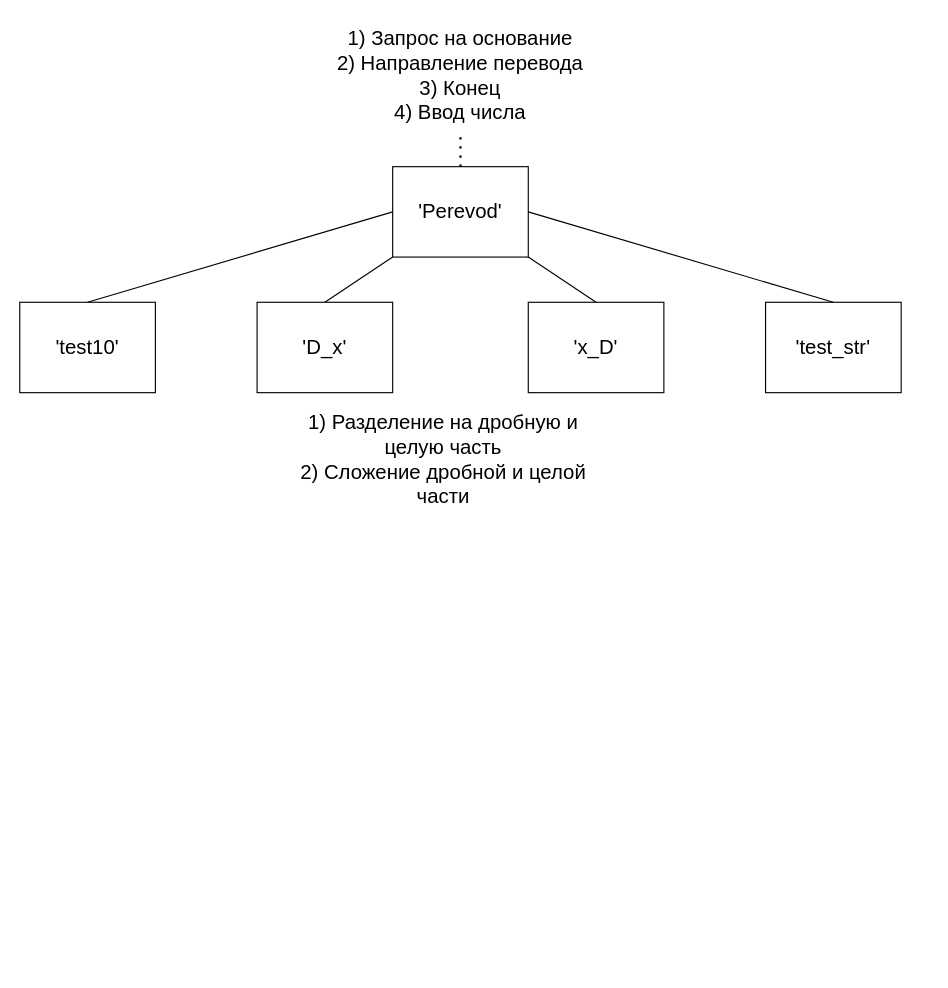
This is Untitled Diagram.drawio from Bunchenko/diagrams, a draw.io file, before an edit. Source tidied: cells renumbered, new cells numbered last; positions are measured from the earlier drawing's top-left corner, leaving out a move shared by most shapes. Both pictures are drawn from the tidied source at 113%, with x=0, y=0 at pixel (19, 19).
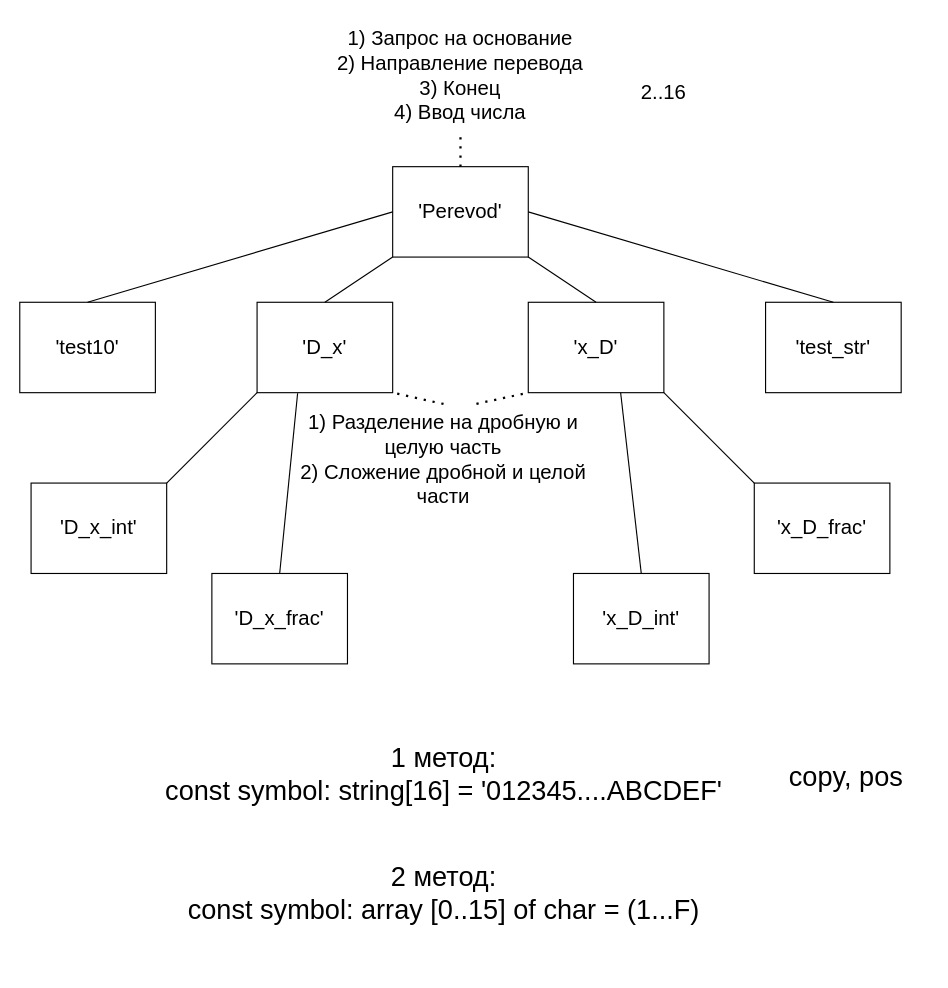
Above is the later version.

The change refers to these unchanged cells:
```xml
<mxCell id="4" style="rounded=0;whiteSpace=wrap;html=1;" parent="1" vertex="1">
  <mxGeometry x="210" y="250" width="120" height="80" as="geometry" />
</mxCell>
<mxCell id="6" style="rounded=0;whiteSpace=wrap;html=1;" parent="1" vertex="1">
  <mxGeometry x="450" y="250" width="120" height="80" as="geometry" />
</mxCell>
<mxCell id="13" value="1) Разделение на дробную и целую часть&lt;br&gt;2) Сложение дробной и целой части" style="text;html=1;strokeColor=none;fillColor=none;align=center;verticalAlign=middle;whiteSpace=wrap;rounded=0;fontSize=18;" parent="1" vertex="1">
  <mxGeometry x="245" y="340" width="260" height="100" as="geometry" />
</mxCell>
```

What changed in the source:
```diff
@@
+    <mxCell id="19" style="rounded=0;whiteSpace=wrap;html=1;" parent="1" vertex="1">
+      <mxGeometry x="10" y="410" width="120" height="80" as="geometry" />
+    </mxCell>
+    <mxCell id="20" value="&lt;font style=&quot;font-size: 18px&quot;&gt;'D_x_int'&lt;/font&gt;" style="text;html=1;strokeColor=none;fillColor=none;align=center;verticalAlign=middle;whiteSpace=wrap;rounded=0;" parent="1" vertex="1">
+      <mxGeometry x="35" y="427.5" width="70" height="45" as="geometry" />
+    </mxCell>
+    <mxCell id="21" style="rounded=0;whiteSpace=wrap;html=1;" parent="1" vertex="1">
+      <mxGeometry x="170" y="490" width="120" height="80" as="geometry" />
+    </mxCell>
+    <mxCell id="22" value="&lt;font style=&quot;font-size: 18px&quot;&gt;'D_x_frac'&lt;/font&gt;" style="text;html=1;strokeColor=none;fillColor=none;align=center;verticalAlign=middle;whiteSpace=wrap;rounded=0;" parent="1" vertex="1">
+      <mxGeometry x="195" y="507.5" width="70" height="45" as="geometry" />
+    </mxCell>
+    <mxCell id="23" style="endArrow=none;html=1;rounded=0;fontSize=18;entryX=0;entryY=1;entryDx=0;entryDy=0;exitX=1;exitY=0;exitDx=0;exitDy=0;" parent="1" edge="1" source="19" target="4">
+      <mxGeometry relative="1" as="geometry" />
+    </mxCell>
+    <mxCell id="24" style="endArrow=none;html=1;rounded=0;fontSize=18;entryX=0.299;entryY=1.006;entryDx=0;entryDy=0;entryPerimeter=0;exitX=0.5;exitY=0;exitDx=0;exitDy=0;" parent="1" edge="1" source="21" target="4">
+      <mxGeometry relative="1" as="geometry" />
+    </mxCell>
+    <mxCell id="25" style="rounded=0;whiteSpace=wrap;html=1;" parent="1" vertex="1">
+      <mxGeometry x="490" y="490" width="120" height="80" as="geometry" />
+    </mxCell>
+    <mxCell id="26" value="&lt;font style=&quot;font-size: 18px&quot;&gt;'x_D_int'&lt;/font&gt;" style="text;html=1;strokeColor=none;fillColor=none;align=center;verticalAlign=middle;whiteSpace=wrap;rounded=0;" parent="1" vertex="1">
+      <mxGeometry x="515" y="507.5" width="70" height="45" as="geometry" />
+    </mxCell>
+    <mxCell id="27" style="rounded=0;whiteSpace=wrap;html=1;" parent="1" vertex="1">
+      <mxGeometry x="650" y="410" width="120" height="80" as="geometry" />
+    </mxCell>
+    <mxCell id="28" value="&lt;font style=&quot;font-size: 18px&quot;&gt;'x_D_frac'&lt;/font&gt;" style="text;html=1;strokeColor=none;fillColor=none;align=center;verticalAlign=middle;whiteSpace=wrap;rounded=0;" parent="1" vertex="1">
+      <mxGeometry x="675" y="427.5" width="70" height="45" as="geometry" />
+    </mxCell>
+    <mxCell id="29" style="endArrow=none;html=1;rounded=0;fontSize=18;entryX=1;entryY=1;entryDx=0;entryDy=0;exitX=0;exitY=0;exitDx=0;exitDy=0;" parent="1" edge="1" source="27" target="6">
+      <mxGeometry relative="1" as="geometry" />
+    </mxCell>
+    <mxCell id="30" style="endArrow=none;html=1;rounded=0;fontSize=18;entryX=0.681;entryY=0.998;entryDx=0;entryDy=0;entryPerimeter=0;exitX=0.5;exitY=0;exitDx=0;exitDy=0;" parent="1" edge="1" source="25" target="6">
+      <mxGeometry relative="1" as="geometry" />
+    </mxCell>
+    <mxCell id="31" style="endArrow=none;dashed=1;html=1;dashPattern=1 3;strokeWidth=2;rounded=0;fontSize=18;entryX=1;entryY=1;entryDx=0;entryDy=0;exitX=0.5;exitY=0;exitDx=0;exitDy=0;" parent="1" edge="1" source="13" target="4">
+      <mxGeometry relative="1" as="geometry" />
+    </mxCell>
+    <mxCell id="32" style="endArrow=none;dashed=1;html=1;dashPattern=1 3;strokeWidth=2;rounded=0;fontSize=18;entryX=0;entryY=1;entryDx=0;entryDy=0;exitX=0.612;exitY=-0.001;exitDx=0;exitDy=0;exitPerimeter=0;" parent="1" edge="1" source="13" target="6">
+      <mxGeometry relative="1" as="geometry" />
+    </mxCell>
+    <mxCell id="33" value="2..16" style="text;html=1;strokeColor=none;fillColor=none;align=center;verticalAlign=middle;whiteSpace=wrap;rounded=0;fontSize=18;" parent="1" vertex="1">
+      <mxGeometry x="540" y="50" width="60" height="30" as="geometry" />
+    </mxCell>
+    <mxCell id="34" value="&lt;font style=&quot;font-size: 24px&quot;&gt;1 метод:&lt;br&gt;const symbol: string[16] = '012345....ABCDEF'&lt;br&gt;&lt;/font&gt;" style="text;html=1;strokeColor=none;fillColor=none;align=center;verticalAlign=middle;whiteSpace=wrap;rounded=0;fontSize=18;" parent="1" vertex="1">
+      <mxGeometry x="112.5" y="600" width="525" height="135" as="geometry" />
+    </mxCell>
+    <mxCell id="35" value="&lt;font style=&quot;font-size: 24px&quot;&gt;2 метод:&lt;br&gt;const symbol: array [0..15] of char = (1...F)&lt;br&gt;&lt;/font&gt;" style="text;html=1;strokeColor=none;fillColor=none;align=center;verticalAlign=middle;whiteSpace=wrap;rounded=0;fontSize=18;" parent="1" vertex="1">
+      <mxGeometry x="112.5" y="705" width="525" height="135" as="geometry" />
+    </mxCell>
+    <mxCell id="36" value="copy, pos" style="text;strokeColor=none;fillColor=none;align=left;verticalAlign=middle;spacingLeft=4;spacingRight=4;overflow=hidden;fontSize=24;" parent="1" vertex="1">
+      <mxGeometry x="675" y="637.5" width="129" height="60" as="geometry" />
+    </mxCell>
```
